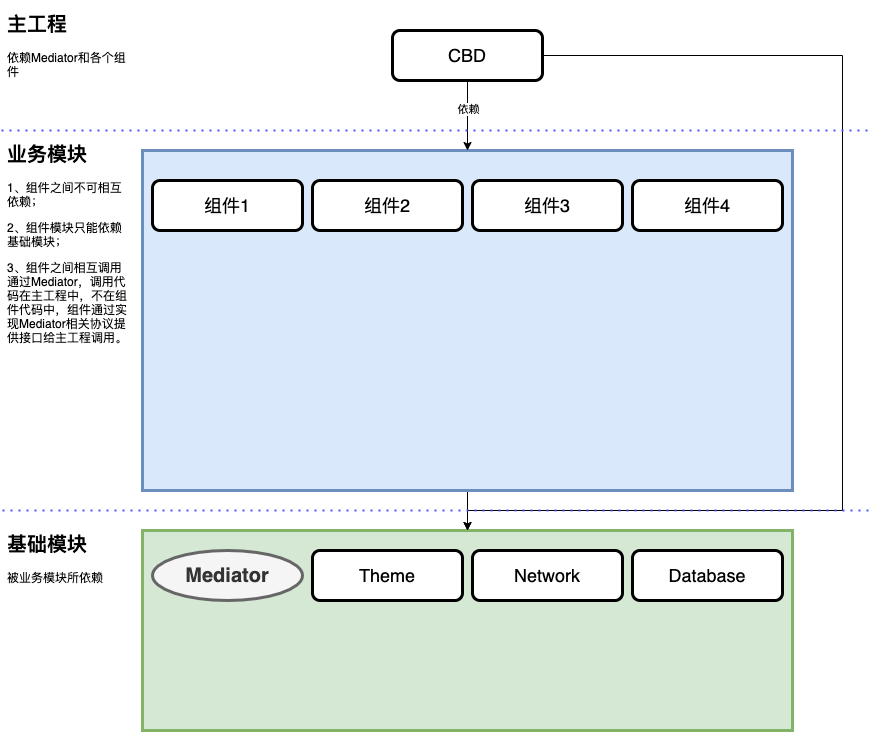
This is Doc/架构图.png from rccrx/CBD, a draw.io export, as it was before one commit. Source tidied: cells renumbered, new cells last; positions are measured from the earlier drawing's top-left corner, leaving out a move shared by most shapes. Its diagram source:
```xml
<mxGraphModel background="#ffffff">
  <root>
    <mxCell id="0" />
    <mxCell id="1" parent="0" />
    <mxCell id="2" style="rounded=0;whiteSpace=wrap;html=1;strokeWidth=3;fillColor=#d5e8d4;strokeColor=#82b366;" parent="1" vertex="1">
      <mxGeometry x="141" y="520" width="650" height="200" as="geometry" />
    </mxCell>
    <mxCell id="3" style="edgeStyle=orthogonalEdgeStyle;rounded=0;jettySize=auto;html=1;exitX=0.5;exitY=1;exitDx=0;exitDy=0;entryX=0.5;entryY=0;entryDx=0;entryDy=0;" parent="1" edge="1" source="4" target="2">
      <mxGeometry relative="1" as="geometry" />
    </mxCell>
    <mxCell id="4" style="rounded=0;whiteSpace=wrap;html=1;strokeWidth=3;fillColor=#dae8fc;strokeColor=#6c8ebf;" parent="1" vertex="1">
      <mxGeometry x="141" y="140" width="650" height="340" as="geometry" />
    </mxCell>
    <mxCell id="5" style="edgeStyle=orthogonalEdgeStyle;rounded=0;jettySize=auto;html=1;exitX=0.5;exitY=1;exitDx=0;exitDy=0;entryX=0.5;entryY=0;entryDx=0;entryDy=0;" parent="1" edge="1" source="8" target="4">
      <mxGeometry relative="1" as="geometry" />
    </mxCell>
    <mxCell id="6" value="依赖" style="edgeLabel;html=1;align=center;verticalAlign=middle;" parent="5" vertex="1">
      <mxGeometry x="-0.2" relative="1" as="geometry" />
    </mxCell>
    <mxCell id="7" style="edgeStyle=orthogonalEdgeStyle;rounded=0;jettySize=auto;html=1;exitX=1;exitY=0.5;exitDx=0;exitDy=0;" parent="1" edge="1" source="8">
      <mxGeometry relative="1" as="geometry">
        <mxPoint x="466" y="520" as="targetPoint" />
        <Array as="points">
          <mxPoint x="841" y="45" />
          <mxPoint x="841" y="500" />
          <mxPoint x="466" y="500" />
        </Array>
      </mxGeometry>
    </mxCell>
    <mxCell id="8" value="&lt;font style=&quot;font-size: 18px&quot;&gt;CBD&lt;/font&gt;" style="shape=ext;rounded=1;html=1;whiteSpace=wrap;strokeWidth=3;perimeterSpacing=0;sketch=0;" parent="1" vertex="1">
      <mxGeometry x="391" y="20" width="150" height="50" as="geometry" />
    </mxCell>
    <mxCell id="9" style="endArrow=none;dashed=1;html=1;dashPattern=1 3;strokeWidth=2;fontSize=16;strokeColor=#4754FF;" parent="1" edge="1">
      <mxGeometry relative="1" as="geometry">
        <mxPoint x="1" y="500" as="sourcePoint" />
        <mxPoint x="871" y="500" as="targetPoint" />
      </mxGeometry>
    </mxCell>
    <mxCell id="10" value="&lt;span style=&quot;font-size: 18px&quot;&gt;Theme&lt;/span&gt;" style="shape=ext;rounded=1;html=1;whiteSpace=wrap;strokeWidth=3;perimeterSpacing=0;sketch=0;" parent="1" vertex="1">
      <mxGeometry x="311" y="540" width="150" height="50" as="geometry" />
    </mxCell>
    <mxCell id="11" style="endArrow=none;dashed=1;html=1;dashPattern=1 3;strokeWidth=2;fontSize=16;strokeColor=#4754FF;" parent="1" edge="1">
      <mxGeometry relative="1" as="geometry">
        <mxPoint y="120" as="sourcePoint" />
        <mxPoint x="871" y="120" as="targetPoint" />
      </mxGeometry>
    </mxCell>
    <mxCell id="12" value="&lt;font style=&quot;font-size: 18px&quot;&gt;组件1&lt;/font&gt;" style="shape=ext;rounded=1;html=1;whiteSpace=wrap;strokeWidth=3;perimeterSpacing=0;sketch=0;" parent="1" vertex="1">
      <mxGeometry x="151" y="170" width="150" height="50" as="geometry" />
    </mxCell>
    <mxCell id="13" value="&lt;font style=&quot;font-size: 18px&quot;&gt;组件2&lt;/font&gt;" style="shape=ext;rounded=1;html=1;whiteSpace=wrap;strokeWidth=3;perimeterSpacing=0;sketch=0;" parent="1" vertex="1">
      <mxGeometry x="311" y="170" width="150" height="50" as="geometry" />
    </mxCell>
    <mxCell id="14" value="&lt;font style=&quot;font-size: 18px&quot;&gt;Network&lt;/font&gt;" style="shape=ext;rounded=1;html=1;whiteSpace=wrap;strokeWidth=3;perimeterSpacing=0;sketch=0;" parent="1" vertex="1">
      <mxGeometry x="471" y="540" width="150" height="50" as="geometry" />
    </mxCell>
    <mxCell id="15" value="&lt;font style=&quot;font-size: 18px&quot;&gt;Database&lt;br&gt;&lt;/font&gt;" style="shape=ext;rounded=1;html=1;whiteSpace=wrap;strokeWidth=3;perimeterSpacing=0;sketch=0;" parent="1" vertex="1">
      <mxGeometry x="631" y="540" width="150" height="50" as="geometry" />
    </mxCell>
    <mxCell id="16" value="&lt;h1 style=&quot;font-size: 20px&quot;&gt;基础模块&lt;/h1&gt;&lt;p&gt;被业务模块所依赖&lt;/p&gt;" style="text;html=1;strokeColor=none;fillColor=none;spacing=5;spacingTop=-20;whiteSpace=wrap;overflow=hidden;rounded=0;" parent="1" vertex="1">
      <mxGeometry x="1" y="520" width="130" height="220" as="geometry" />
    </mxCell>
    <mxCell id="17" value="&lt;h1 style=&quot;font-size: 20px&quot;&gt;业务模块&lt;/h1&gt;&lt;p&gt;1、组件之间不可相互依赖；&lt;/p&gt;&lt;p&gt;2、组件模块只能依赖基础模块；&lt;/p&gt;&lt;p&gt;&lt;span&gt;3、组件之间相互调用通过Mediator，调用代码在主工程中，不在组件代码中，组件通过实现Mediator相关协议提供接口给主工程调用。&lt;/span&gt;&lt;/p&gt;" style="text;html=1;strokeColor=none;fillColor=none;spacing=5;spacingTop=-20;whiteSpace=wrap;overflow=hidden;rounded=0;" parent="1" vertex="1">
      <mxGeometry x="1" y="130" width="130" height="280" as="geometry" />
    </mxCell>
    <mxCell id="18" value="&lt;font style=&quot;font-size: 18px&quot;&gt;组件3&lt;/font&gt;" style="shape=ext;rounded=1;html=1;whiteSpace=wrap;strokeWidth=3;perimeterSpacing=0;sketch=0;" parent="1" vertex="1">
      <mxGeometry x="471" y="170" width="150" height="50" as="geometry" />
    </mxCell>
    <mxCell id="19" value="&lt;font style=&quot;font-size: 18px&quot;&gt;组件4&lt;/font&gt;" style="shape=ext;rounded=1;html=1;whiteSpace=wrap;strokeWidth=3;perimeterSpacing=0;sketch=0;" parent="1" vertex="1">
      <mxGeometry x="631" y="170" width="150" height="50" as="geometry" />
    </mxCell>
    <mxCell id="20" value="&lt;h1 style=&quot;font-size: 20px&quot;&gt;主工程&lt;/h1&gt;&lt;p&gt;依赖Mediator和各个组件&lt;/p&gt;" style="text;html=1;strokeColor=none;fillColor=none;spacing=5;spacingTop=-20;whiteSpace=wrap;overflow=hidden;rounded=0;" parent="1" vertex="1">
      <mxGeometry x="1" width="130" height="120" as="geometry" />
    </mxCell>
    <mxCell id="21" value="&lt;font style=&quot;font-size: 20px&quot;&gt;&lt;b&gt;Mediator&lt;/b&gt;&lt;/font&gt;" style="ellipse;whiteSpace=wrap;html=1;fillColor=#f5f5f5;strokeColor=#666666;strokeWidth=3;fontColor=#333333;" parent="1" vertex="1">
      <mxGeometry x="151" y="540" width="150" height="50" as="geometry" />
    </mxCell>
  </root>
</mxGraphModel>
```
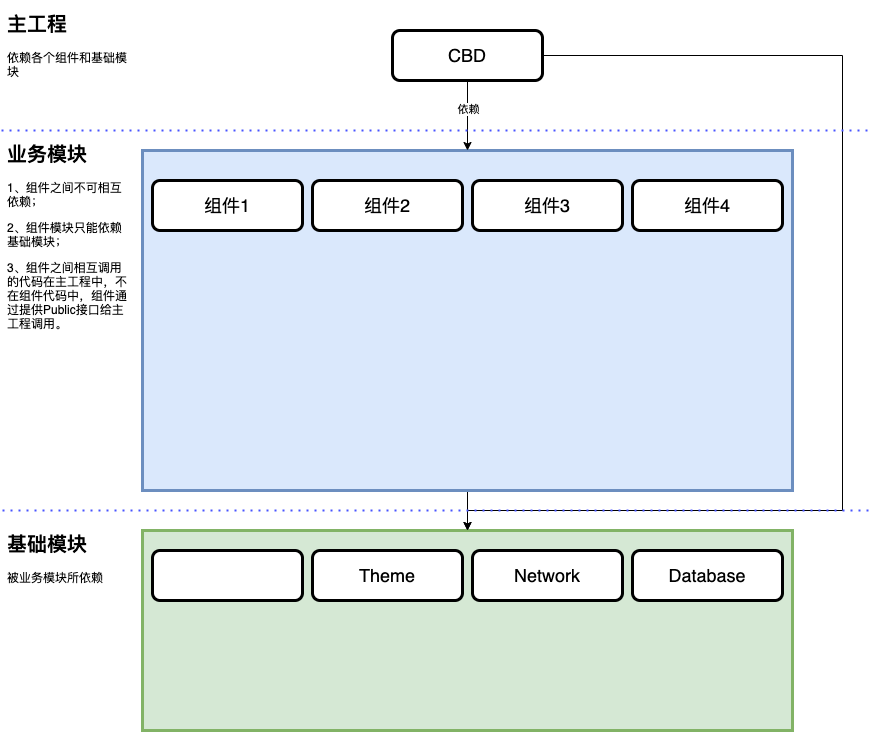
After the change.

What changed in the source:
```diff
@@ -60,7 +60,7 @@
     <mxCell id="16" value="&lt;h1 style=&quot;font-size: 20px&quot;&gt;基础模块&lt;/h1&gt;&lt;p&gt;被业务模块所依赖&lt;/p&gt;" style="text;html=1;strokeColor=none;fillColor=none;spacing=5;spacingTop=-20;whiteSpace=wrap;overflow=hidden;rounded=0;" parent="1" vertex="1">
       <mxGeometry x="1" y="520" width="130" height="220" as="geometry" />
     </mxCell>
-    <mxCell id="17" value="&lt;h1 style=&quot;font-size: 20px&quot;&gt;业务模块&lt;/h1&gt;&lt;p&gt;1、组件之间不可相互依赖；&lt;/p&gt;&lt;p&gt;2、组件模块只能依赖基础模块；&lt;/p&gt;&lt;p&gt;&lt;span&gt;3、组件之间相互调用通过Mediator，调用代码在主工程中，不在组件代码中，组件通过实现Mediator相关协议提供接口给主工程调用。&lt;/span&gt;&lt;/p&gt;" style="text;html=1;strokeColor=none;fillColor=none;spacing=5;spacingTop=-20;whiteSpace=wrap;overflow=hidden;rounded=0;" parent="1" vertex="1">
+    <mxCell id="17" value="&lt;h1 style=&quot;font-size: 20px&quot;&gt;业务模块&lt;/h1&gt;&lt;p&gt;1、组件之间不可相互依赖；&lt;/p&gt;&lt;p&gt;2、组件模块只能依赖基础模块；&lt;/p&gt;&lt;p&gt;&lt;span&gt;3、组件之间相互调用的代码在主工程中，不在组件代码中，组件通过提供Public接口给主工程调用。&lt;/span&gt;&lt;/p&gt;" style="text;html=1;strokeColor=none;fillColor=none;spacing=5;spacingTop=-20;whiteSpace=wrap;overflow=hidden;rounded=0;" parent="1" vertex="1">
       <mxGeometry x="1" y="130" width="130" height="280" as="geometry" />
     </mxCell>
     <mxCell id="18" value="&lt;font style=&quot;font-size: 18px&quot;&gt;组件3&lt;/font&gt;" style="shape=ext;rounded=1;html=1;whiteSpace=wrap;strokeWidth=3;perimeterSpacing=0;sketch=0;" parent="1" vertex="1">
@@ -69,11 +69,11 @@
     <mxCell id="19" value="&lt;font style=&quot;font-size: 18px&quot;&gt;组件4&lt;/font&gt;" style="shape=ext;rounded=1;html=1;whiteSpace=wrap;strokeWidth=3;perimeterSpacing=0;sketch=0;" parent="1" vertex="1">
       <mxGeometry x="631" y="170" width="150" height="50" as="geometry" />
     </mxCell>
-    <mxCell id="20" value="&lt;h1 style=&quot;font-size: 20px&quot;&gt;主工程&lt;/h1&gt;&lt;p&gt;依赖Mediator和各个组件&lt;/p&gt;" style="text;html=1;strokeColor=none;fillColor=none;spacing=5;spacingTop=-20;whiteSpace=wrap;overflow=hidden;rounded=0;" parent="1" vertex="1">
+    <mxCell id="20" value="&lt;h1 style=&quot;font-size: 20px&quot;&gt;主工程&lt;/h1&gt;&lt;p&gt;依赖各个组件和基础模块&lt;/p&gt;" style="text;html=1;strokeColor=none;fillColor=none;spacing=5;spacingTop=-20;whiteSpace=wrap;overflow=hidden;rounded=0;" parent="1" vertex="1">
       <mxGeometry x="1" width="130" height="120" as="geometry" />
     </mxCell>
-    <mxCell id="21" value="&lt;font style=&quot;font-size: 20px&quot;&gt;&lt;b&gt;Mediator&lt;/b&gt;&lt;/font&gt;" style="ellipse;whiteSpace=wrap;html=1;fillColor=#f5f5f5;strokeColor=#666666;strokeWidth=3;fontColor=#333333;" parent="1" vertex="1">
-      <mxGeometry x="151" y="540" width="150" height="50" as="geometry" />
-    </mxCell>
+    <mxCell id="22" style="shape=ext;rounded=1;html=1;whiteSpace=wrap;strokeWidth=3;perimeterSpacing=0;sketch=0;" parent="1" vertex="1">
+      <mxGeometry x="151" y="540" width="150" height="50" as="geometry" />
+    </mxCell>
   </root>
 </mxGraphModel>
```
